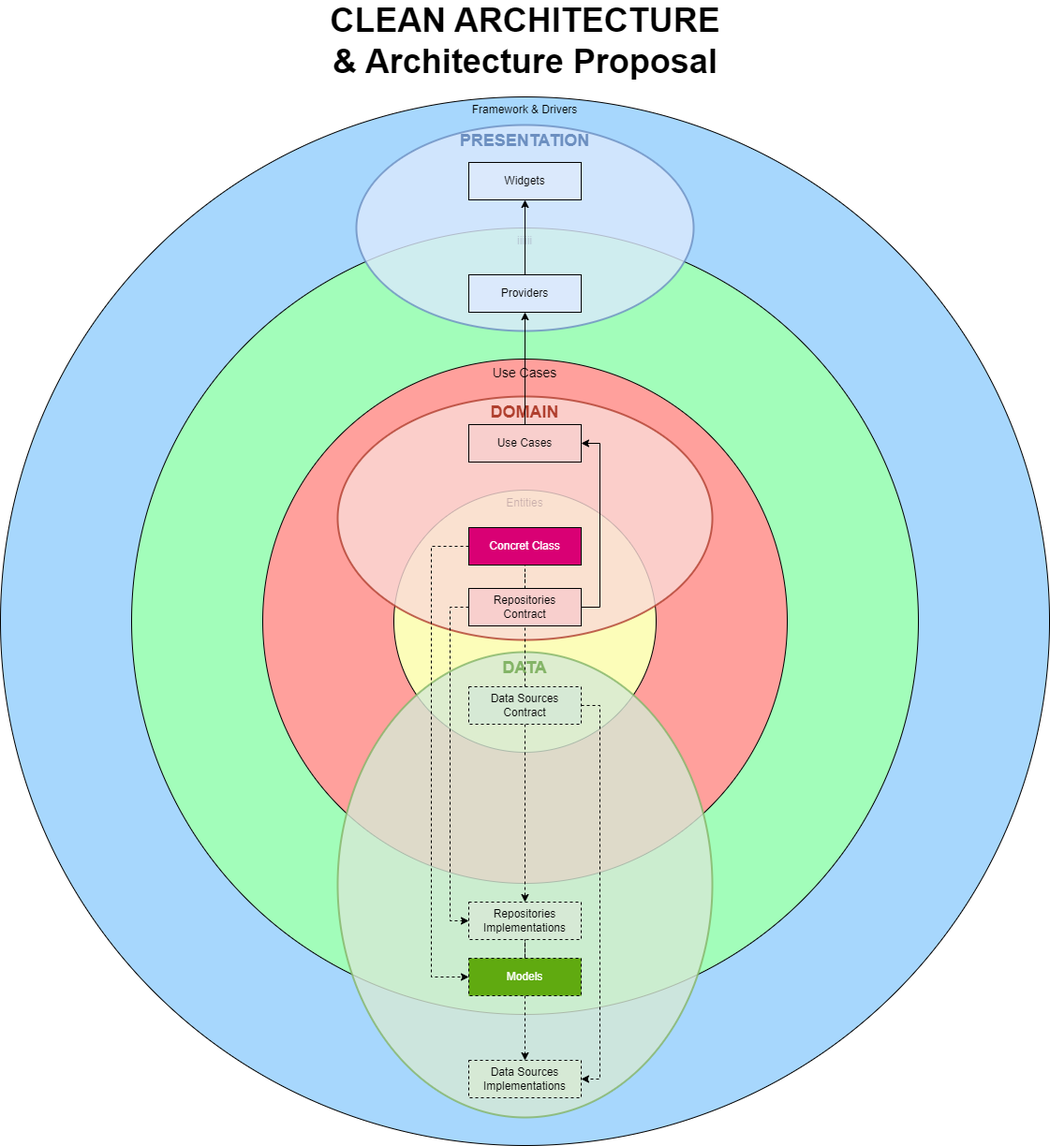
Above: clean-arquitecture&architecture-proposal.png in RMOREANOV/flutter-tdd-clean-architecture-course (draw.io), before the change. Source tidied: cells renumbered, new cells last; positions are measured from the earlier drawing's top-left corner, leaving out a move shared by most shapes.
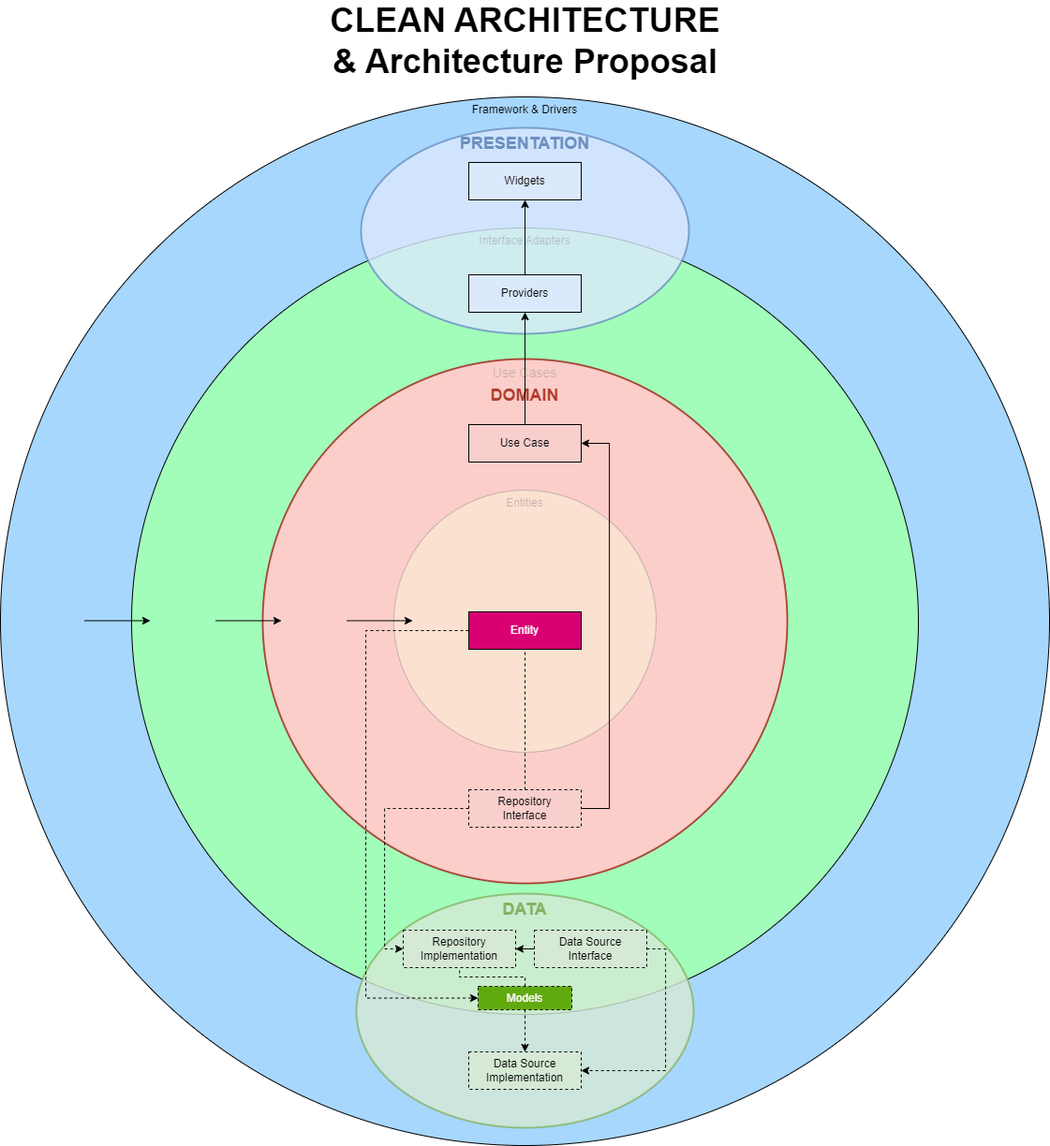
After the commit.

The edit, as a diff of the source:
```diff
@@ -5,11 +5,11 @@
     <mxCell id="2" value="Framework &amp;amp; Drivers" style="ellipse;whiteSpace=wrap;html=1;verticalAlign=top;fillColor=#a7d7fd;" parent="1" vertex="1">
       <mxGeometry y="100" width="1120" height="1120" as="geometry" />
     </mxCell>
-    <mxCell id="3" value="iiiiii" style="ellipse;whiteSpace=wrap;html=1;verticalAlign=top;fillColor=#a2fdba;" parent="1" vertex="1">
+    <mxCell id="3" value="Interface Adapters&lt;div&gt;&lt;br&gt;&lt;/div&gt;" style="ellipse;whiteSpace=wrap;html=1;verticalAlign=top;fillColor=#a2fdba;" parent="1" vertex="1">
       <mxGeometry x="140" y="240" width="840" height="840" as="geometry" />
     </mxCell>
     <mxCell id="4" value="&lt;span style=&quot;font-size: 18px;&quot;&gt;PRESENTATION&lt;/span&gt;" style="ellipse;whiteSpace=wrap;html=1;labelBackgroundColor=none;fillColor=#dbe9fc;verticalAlign=top;strokeColor=#6c8fc0;strokeWidth=2;rotation=0;fontColor=#6C8FC0;fontStyle=1;fontSize=18;opacity=80;" parent="1" vertex="1">
-      <mxGeometry x="380" y="130" width="360" height="220" as="geometry" />
+      <mxGeometry x="385" y="133" width="350" height="220" as="geometry" />
     </mxCell>
     <mxCell id="5" value="&lt;font style=&quot;font-size: 14px;&quot;&gt;Use Cases&lt;/font&gt;" style="ellipse;whiteSpace=wrap;html=1;verticalAlign=top;fillColor=#ffa09c;" parent="1" vertex="1">
       <mxGeometry x="280" y="380" width="560" height="560" as="geometry" />
@@ -18,36 +18,37 @@
       <mxGeometry x="420" y="520" width="280" height="280" as="geometry" />
     </mxCell>
     <mxCell id="7" value="&lt;span style=&quot;font-size: 18px;&quot;&gt;DATA&lt;/span&gt;" style="ellipse;whiteSpace=wrap;html=1;labelBackgroundColor=none;fillColor=#d6e9d5;verticalAlign=top;strokeColor=#83b466;strokeWidth=2;rotation=0;fontColor=#83b466;fontStyle=1;fontSize=18;opacity=80;" parent="1" vertex="1">
-      <mxGeometry x="360" y="693" width="400" height="497" as="geometry" />
+      <mxGeometry x="380" y="951" width="360" height="250" as="geometry" />
     </mxCell>
-    <mxCell id="8" value="&lt;span style=&quot;font-size: 18px;&quot;&gt;DOMAIN&lt;/span&gt;" style="ellipse;whiteSpace=wrap;html=1;labelBackgroundColor=none;fillColor=#fadad6;verticalAlign=top;strokeColor=#b03f2e;strokeWidth=2;rotation=0;fontColor=#B03F2E;fontStyle=1;fontSize=18;opacity=80;" parent="1" vertex="1">
-      <mxGeometry x="360" y="420" width="400" height="260" as="geometry" />
+    <mxCell id="8" value="&lt;span style=&quot;font-size: 18px;&quot;&gt;&lt;br&gt;DOMAIN&lt;/span&gt;" style="ellipse;whiteSpace=wrap;html=1;labelBackgroundColor=none;fillColor=#fadad6;verticalAlign=top;strokeColor=#b03f2e;strokeWidth=2;rotation=0;fontColor=#B03F2E;fontStyle=1;fontSize=18;opacity=80;" parent="1" vertex="1">
+      <mxGeometry x="280" y="380" width="560" height="560" as="geometry" />
     </mxCell>
-    <mxCell id="9" value="Data Sources Implementations" style="rounded=0;whiteSpace=wrap;html=1;dashed=1;fillColor=#d6e9d5;" parent="1" vertex="1">
-      <mxGeometry x="500" y="1129" width="120" height="40" as="geometry" />
+    <mxCell id="9" value="Data Source&lt;br&gt;Implementation" style="rounded=0;whiteSpace=wrap;html=1;dashed=1;fillColor=#d6e9d5;" parent="1" vertex="1">
+      <mxGeometry x="500" y="1120" width="120" height="40" as="geometry" />
     </mxCell>
     <mxCell id="10" style="edgeStyle=orthogonalEdgeStyle;rounded=0;jettySize=auto;html=1;" parent="1" edge="1" source="18" target="17">
       <mxGeometry relative="1" as="geometry" />
     </mxCell>
-    <mxCell id="11" style="edgeStyle=orthogonalEdgeStyle;rounded=0;jettySize=auto;html=1;entryX=0;entryY=0.5;entryDx=0;entryDy=0;dashed=1;" parent="1" edge="1" source="12" target="29">
+    <mxCell id="11" style="edgeStyle=orthogonalEdgeStyle;rounded=0;jettySize=auto;html=1;entryX=0;entryY=0.5;entryDx=0;entryDy=0;dashed=1;exitX=0;exitY=0.5;exitDx=0;exitDy=0;" parent="1" edge="1" source="12" target="29">
       <mxGeometry relative="1" as="geometry">
         <Array as="points">
-          <mxPoint x="460" y="580" />
-          <mxPoint x="460" y="1040" />
+          <mxPoint x="500" y="670" />
+          <mxPoint x="390" y="670" />
+          <mxPoint x="390" y="1062" />
         </Array>
       </mxGeometry>
     </mxCell>
-    <mxCell id="12" value="Concret Class" style="rounded=0;whiteSpace=wrap;html=1;fillColor=#d90074;fontColor=#FFFFFF;" parent="1" vertex="1">
-      <mxGeometry x="500" y="560" width="120" height="40" as="geometry" />
+    <mxCell id="12" value="Entity" style="rounded=0;whiteSpace=wrap;html=1;fillColor=#d90074;fontColor=#FFFFFF;" parent="1" vertex="1">
+      <mxGeometry x="500" y="650" width="120" height="40" as="geometry" />
     </mxCell>
     <mxCell id="13" style="edgeStyle=orthogonalEdgeStyle;rounded=0;jettySize=auto;html=1;entryX=0.5;entryY=1;entryDx=0;entryDy=0;exitX=0.5;exitY=0;exitDx=0;exitDy=0;" parent="1" edge="1" source="14" target="18">
       <mxGeometry relative="1" as="geometry" />
     </mxCell>
-    <mxCell id="14" value="Use Cases" style="rounded=0;whiteSpace=wrap;html=1;fillColor=#f8cfcd;" parent="1" vertex="1">
+    <mxCell id="14" value="Use Case" style="rounded=0;whiteSpace=wrap;html=1;fillColor=#f8cfcd;" parent="1" vertex="1">
       <mxGeometry x="500" y="450" width="120" height="40" as="geometry" />
     </mxCell>
-    <mxCell id="15" value="Repositories Implementations" style="rounded=0;whiteSpace=wrap;html=1;dashed=1;fillColor=#d6e9d5;" parent="1" vertex="1">
-      <mxGeometry x="500" y="960" width="120" height="40" as="geometry" />
+    <mxCell id="15" value="Repository Implementation" style="rounded=0;whiteSpace=wrap;html=1;dashed=1;fillColor=#d6e9d5;" parent="1" vertex="1">
+      <mxGeometry x="430" y="990" width="120" height="40" as="geometry" />
     </mxCell>
     <mxCell id="16" value="CLEAN ARCHITECTURE &amp;amp;&amp;nbsp;&lt;span style=&quot;background-color: initial;&quot;&gt;Architecture Proposal&lt;/span&gt;" style="text;html=1;strokeColor=none;fillColor=none;align=center;verticalAlign=middle;whiteSpace=wrap;rounded=0;fontStyle=1;fontSize=36;" parent="1" vertex="1">
       <mxGeometry x="337.5" width="445" height="80" as="geometry" />
@@ -58,48 +59,68 @@
     <mxCell id="18" value="Providers" style="rounded=0;whiteSpace=wrap;html=1;fillColor=#dbe9fc;" parent="1" vertex="1">
       <mxGeometry x="500" y="290" width="120" height="40" as="geometry" />
     </mxCell>
+    <mxCell id="21" style="edgeStyle=orthogonalEdgeStyle;rounded=0;jettySize=auto;html=1;entryX=1;entryY=0.5;entryDx=0;entryDy=0;exitX=1;exitY=0.5;exitDx=0;exitDy=0;dashed=1;endArrow=classic;endFill=1;" parent="1" edge="1" source="22" target="9">
+      <mxGeometry relative="1" as="geometry" />
+    </mxCell>
-    <mxCell id="19" style="edgeStyle=orthogonalEdgeStyle;rounded=0;jettySize=auto;html=1;entryX=0.5;entryY=0;entryDx=0;entryDy=0;exitX=0.5;exitY=1;exitDx=0;exitDy=0;dashed=1;" parent="1" edge="1" source="22" target="15">
+    <mxCell id="19" style="edgeStyle=orthogonalEdgeStyle;rounded=0;jettySize=auto;html=1;entryX=1;entryY=0.5;entryDx=0;entryDy=0;" parent="1" edge="1" source="22" target="15">
       <mxGeometry relative="1" as="geometry" />
     </mxCell>
-    <mxCell id="20" style="edgeStyle=orthogonalEdgeStyle;rounded=0;jettySize=auto;html=1;endArrow=none;endFill=0;dashed=1;" parent="1" edge="1" source="22" target="26">
-      <mxGeometry relative="1" as="geometry" />
-    </mxCell>
-    <mxCell id="21" style="edgeStyle=orthogonalEdgeStyle;rounded=0;jettySize=auto;html=1;entryX=1;entryY=0.5;entryDx=0;entryDy=0;exitX=1;exitY=0.5;exitDx=0;exitDy=0;dashed=1;endArrow=classic;endFill=1;" parent="1" edge="1" source="22" target="9">
-      <mxGeometry relative="1" as="geometry" />
-    </mxCell>
-    <mxCell id="22" value="Data Sources Contract" style="rounded=0;whiteSpace=wrap;html=1;dashed=1;fillColor=#d6e9d5;" parent="1" vertex="1">
-      <mxGeometry x="500" y="730" width="120" height="40" as="geometry" />
+    <mxCell id="22" value="Data Source&lt;br&gt;Interface" style="rounded=0;whiteSpace=wrap;html=1;dashed=1;fillColor=#d6e9d5;" parent="1" vertex="1">
+      <mxGeometry x="570" y="990" width="120" height="40" as="geometry" />
     </mxCell>
     <mxCell id="23" style="edgeStyle=orthogonalEdgeStyle;rounded=0;jettySize=auto;html=1;endArrow=none;endFill=0;dashed=1;" parent="1" edge="1" source="26" target="12">
       <mxGeometry relative="1" as="geometry" />
     </mxCell>
-    <mxCell id="24" style="edgeStyle=orthogonalEdgeStyle;rounded=0;jettySize=auto;html=1;entryX=1;entryY=0.5;entryDx=0;entryDy=0;" parent="1" edge="1" source="26" target="14">
+    <mxCell id="24" style="edgeStyle=orthogonalEdgeStyle;rounded=0;jettySize=auto;html=1;entryX=1;entryY=0.5;entryDx=0;entryDy=0;exitX=1;exitY=0.5;exitDx=0;exitDy=0;" parent="1" edge="1" source="26" target="14">
       <mxGeometry relative="1" as="geometry">
         <Array as="points">
-          <mxPoint x="640" y="645" />
-          <mxPoint x="640" y="470" />
+          <mxPoint x="650" y="860" />
+          <mxPoint x="650" y="470" />
         </Array>
       </mxGeometry>
     </mxCell>
-    <mxCell id="25" style="edgeStyle=orthogonalEdgeStyle;rounded=0;jettySize=auto;html=1;dashed=1;endArrow=classic;endFill=1;entryX=0;entryY=0.5;entryDx=0;entryDy=0;" parent="1" edge="1" source="26" target="15">
+    <mxCell id="25" style="edgeStyle=orthogonalEdgeStyle;rounded=0;jettySize=auto;html=1;dashed=1;endArrow=classic;endFill=1;entryX=0;entryY=0.5;entryDx=0;entryDy=0;exitX=0;exitY=0.5;exitDx=0;exitDy=0;" parent="1" edge="1" source="26" target="15">
       <mxGeometry relative="1" as="geometry">
         <Array as="points">
-          <mxPoint x="480" y="645" />
-          <mxPoint x="480" y="980" />
+          <mxPoint x="410" y="860" />
+          <mxPoint x="410" y="1010" />
         </Array>
       </mxGeometry>
     </mxCell>
-    <mxCell id="26" value="Repositories&lt;br&gt;Contract" style="rounded=0;whiteSpace=wrap;html=1;fillColor=#f8cfcd;" parent="1" vertex="1">
-      <mxGeometry x="500" y="625" width="120" height="40" as="geometry" />
+    <mxCell id="26" value="Repository&lt;div&gt;Interface&lt;/div&gt;" style="rounded=0;whiteSpace=wrap;html=1;fillColor=#f8cfcd;dashed=1;" parent="1" vertex="1">
+      <mxGeometry x="500" y="840" width="120" height="40" as="geometry" />
     </mxCell>
     <mxCell id="27" style="edgeStyle=orthogonalEdgeStyle;rounded=0;jettySize=auto;html=1;entryX=0.5;entryY=0;entryDx=0;entryDy=0;dashed=1;" parent="1" edge="1" source="29" target="9">
       <mxGeometry relative="1" as="geometry" />
     </mxCell>
     <mxCell id="28" style="edgeStyle=orthogonalEdgeStyle;rounded=0;jettySize=auto;html=1;dashed=1;startArrow=none;startFill=0;endArrow=none;endFill=0;" parent="1" edge="1" source="29" target="15">
-      <mxGeometry relative="1" as="geometry" />
+      <mxGeometry relative="1" as="geometry">
+        <Array as="points">
+          <mxPoint x="560" y="1040" />
+          <mxPoint x="490" y="1040" />
+        </Array>
+      </mxGeometry>
     </mxCell>
     <mxCell id="29" value="Models" style="rounded=0;whiteSpace=wrap;html=1;dashed=1;fillColor=#60aa10;fontColor=#FFFFFF;" parent="1" vertex="1">
-      <mxGeometry x="500" y="1020" width="120" height="40" as="geometry" />
+      <mxGeometry x="510" y="1050" width="100" height="25" as="geometry" />
     </mxCell>
+    <mxCell id="30" style="endArrow=classic;html=1;rounded=0;" parent="1" edge="1">
+      <mxGeometry relative="1" as="geometry">
+        <mxPoint x="90" y="659.5" as="sourcePoint" />
+        <mxPoint x="160" y="659.5" as="targetPoint" />
+      </mxGeometry>
+    </mxCell>
+    <mxCell id="31" style="endArrow=classic;html=1;rounded=0;" parent="1" edge="1">
+      <mxGeometry relative="1" as="geometry">
+        <mxPoint x="230" y="659.5" as="sourcePoint" />
+        <mxPoint x="300" y="659.5" as="targetPoint" />
+      </mxGeometry>
+    </mxCell>
+    <mxCell id="32" style="endArrow=classic;html=1;rounded=0;" parent="1" edge="1">
+      <mxGeometry relative="1" as="geometry">
+        <mxPoint x="370" y="659.5" as="sourcePoint" />
+        <mxPoint x="440" y="659.5" as="targetPoint" />
+      </mxGeometry>
+    </mxCell>
   </root>
 </mxGraphModel>
```
